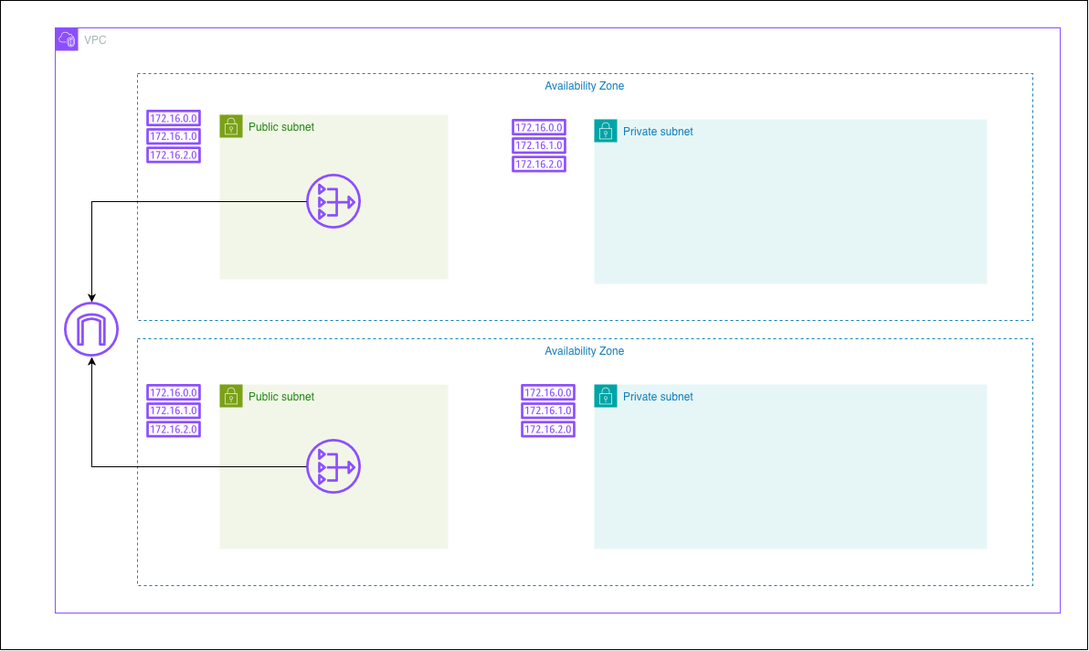
Before: ecs-rds-deployment-architecture-diagram.drawio.png, a diagram exported from draw.io (jaheimpink77/ecs-rds-deployment). Source tidied: cells renumbered, new cells last; positions are measured from the earlier drawing's top-left corner, leaving out a move shared by most shapes.
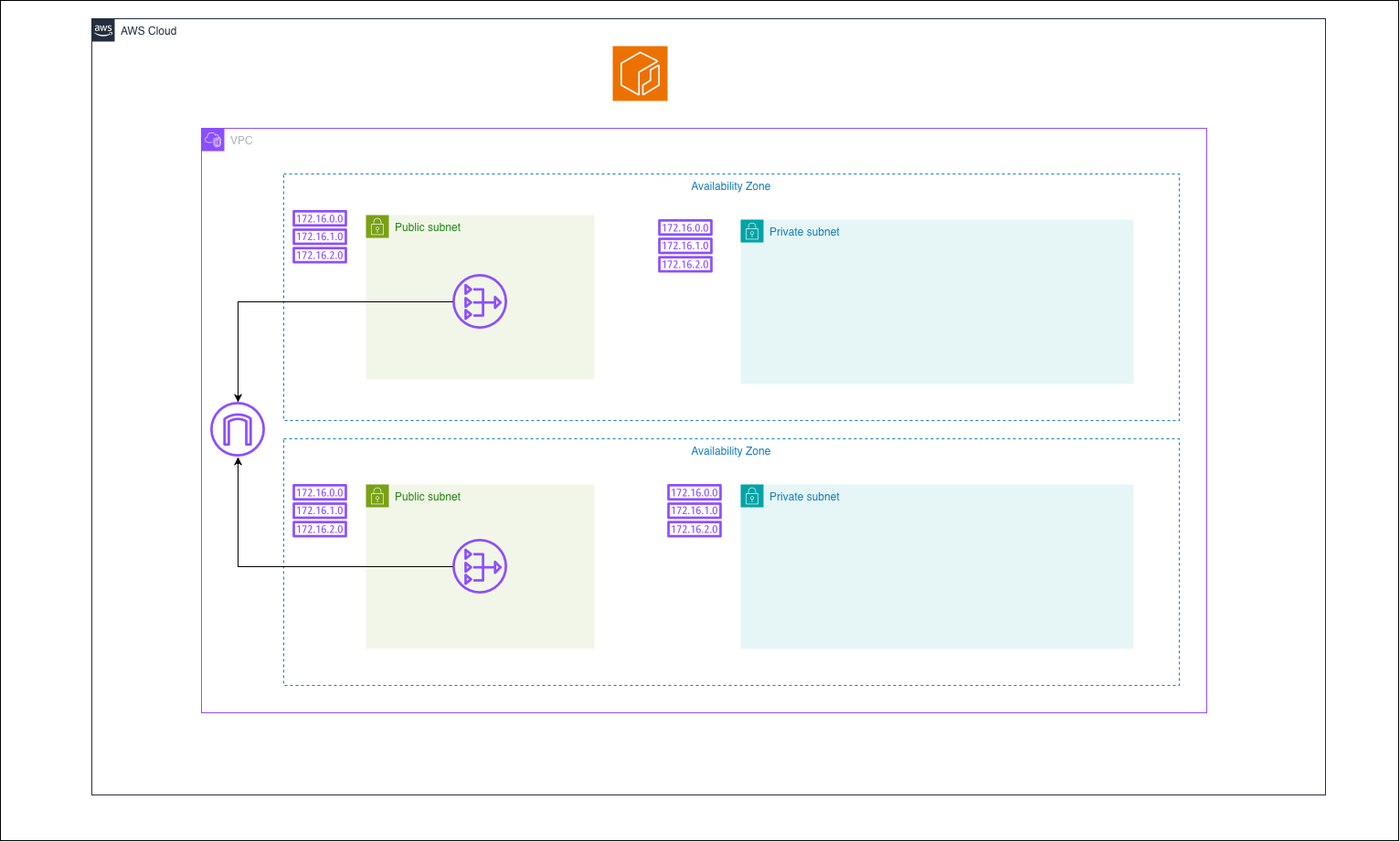
After the change.

Commit message:
docs: update architecture diagram with ecr

What changed in the source:
```diff
@@ -3,7 +3,7 @@
     <mxCell id="0" />
     <mxCell id="1" parent="0" />
     <mxCell id="2" style="rounded=0;whiteSpace=wrap;html=1;" parent="1" vertex="1">
-      <mxGeometry width="1190" height="710" as="geometry" />
+      <mxGeometry x="-160" y="-110" width="1530" height="920" as="geometry" />
     </mxCell>
     <mxCell id="3" value="VPC" style="gradientColor=none;html=1;whiteSpace=wrap;fontSize=12;fontStyle=0;shape=mxgraph.aws4.group;grIcon=mxgraph.aws4.group_vpc2;strokeColor=#8C4FFF;fillColor=none;verticalAlign=top;align=left;spacingLeft=30;fontColor=#AAB7B8;dashed=0;" parent="1" vertex="1">
       <mxGeometry x="60" y="30" width="1100" height="640" as="geometry" />
@@ -53,5 +53,11 @@
     <mxCell id="18" style="edgeStyle=orthogonalEdgeStyle;rounded=0;jettySize=auto;html=1;strokeColor=light-dark(#000000,#FFFFFF);" parent="1" edge="1" source="16" target="6">
       <mxGeometry relative="1" as="geometry" />
     </mxCell>
+    <mxCell id="19" value="AWS Cloud" style="gradientColor=none;html=1;whiteSpace=wrap;fontSize=12;fontStyle=0;shape=mxgraph.aws4.group;grIcon=mxgraph.aws4.group_aws_cloud_alt;strokeColor=#232F3E;fillColor=none;verticalAlign=top;align=left;spacingLeft=30;fontColor=#232F3E;dashed=0;" parent="1" vertex="1">
+      <mxGeometry x="-60" y="-90" width="1350" height="850" as="geometry" />
+    </mxCell>
+    <mxCell id="20" style="sketch=0;fontColor=#232F3E;fillColor=#ED7100;strokeColor=#ffffff;dashed=0;verticalLabelPosition=bottom;verticalAlign=top;align=center;html=1;fontSize=12;fontStyle=0;shape=mxgraph.aws4.resourceIcon;resIcon=mxgraph.aws4.ecr;" parent="1" vertex="1">
+      <mxGeometry x="510" y="-60" width="60" height="60" as="geometry" />
+    </mxCell>
   </root>
 </mxGraphModel>
```
